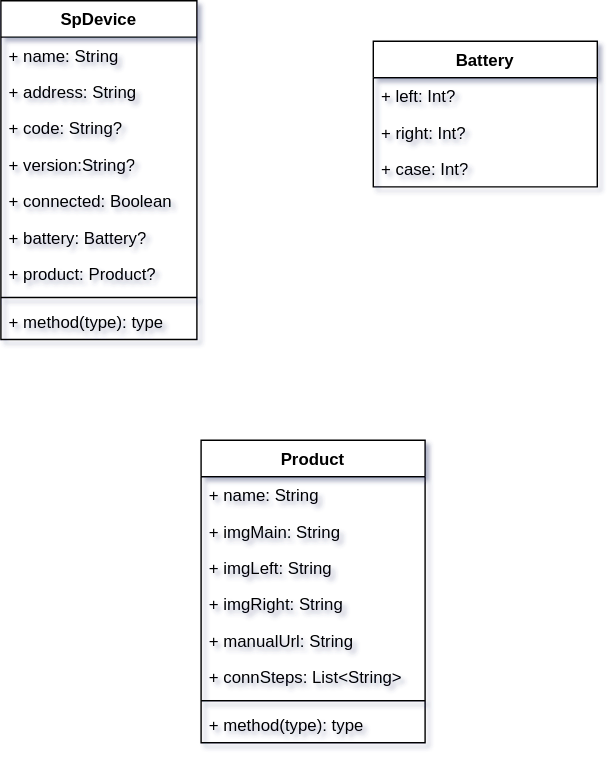
The draw.io diagram 未命名绘图.drawio.svg in kekemao00/draw-libs, before a commit. Source tidied: cells renumbered, new cells last; positions are measured from the earlier drawing's top-left corner, leaving out a move shared by most shapes.
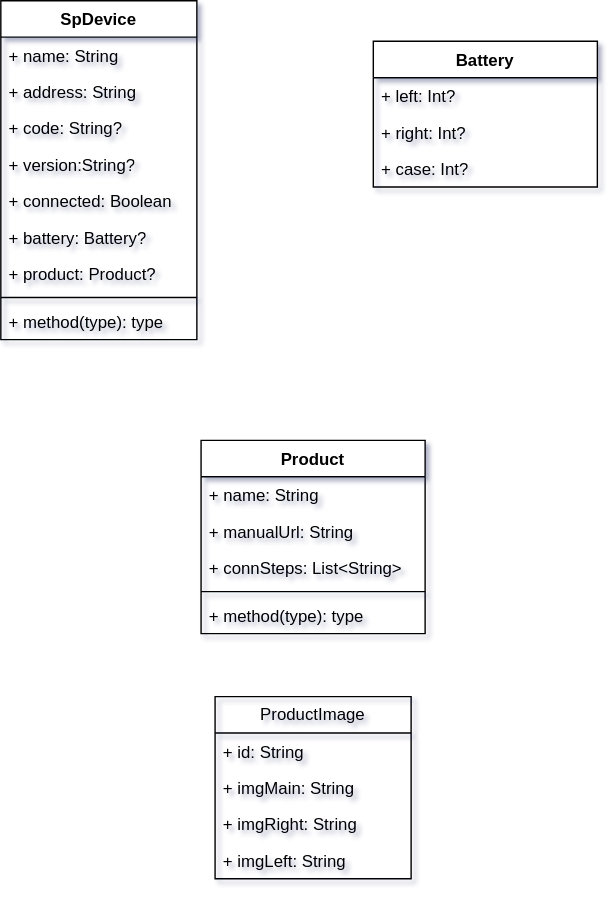
The same diagram one commit later.

Commit message:
更新未命名绘图.drawio.svg

Change to the diagram source:
```diff
@@ -45,31 +45,37 @@
       <mxGeometry y="78" width="160" height="26" as="geometry" />
     </mxCell>
     <mxCell id="16" value="Product" style="swimlane;fontStyle=1;align=center;verticalAlign=top;horizontal=1;startSize=26;whiteSpace=wrap;html=1;labelBackgroundColor=none;rounded=0;" parent="1" vertex="1">
-      <mxGeometry x="143" y="314" width="160" height="216" as="geometry" />
+      <mxGeometry x="143" y="314" width="160" height="138" as="geometry" />
     </mxCell>
     <mxCell id="17" value="+ name: String" style="text;strokeColor=none;fillColor=none;align=left;verticalAlign=top;spacingLeft=4;spacingRight=4;overflow=hidden;whiteSpace=wrap;html=1;labelBackgroundColor=none;rounded=0;" parent="16" vertex="1">
       <mxGeometry y="26" width="160" height="26" as="geometry" />
     </mxCell>
-    <mxCell id="18" value="+ imgMain: String" style="text;strokeColor=none;fillColor=none;align=left;verticalAlign=top;spacingLeft=4;spacingRight=4;overflow=hidden;whiteSpace=wrap;html=1;labelBackgroundColor=none;rounded=0;" parent="16" vertex="1">
-      <mxGeometry y="52" width="160" height="26" as="geometry" />
-    </mxCell>
-    <mxCell id="19" value="+ img&lt;span style=&quot;background-color: transparent; color: light-dark(rgb(0, 0, 0), rgb(255, 255, 255));&quot;&gt;Left: String&lt;/span&gt;" style="text;strokeColor=none;fillColor=none;align=left;verticalAlign=top;spacingLeft=4;spacingRight=4;overflow=hidden;whiteSpace=wrap;html=1;labelBackgroundColor=none;rounded=0;" parent="16" vertex="1">
-      <mxGeometry y="78" width="160" height="26" as="geometry" />
-    </mxCell>
-    <mxCell id="20" value="+ imgRight: String" style="text;strokeColor=none;fillColor=none;align=left;verticalAlign=top;spacingLeft=4;spacingRight=4;overflow=hidden;whiteSpace=wrap;html=1;labelBackgroundColor=none;rounded=0;" parent="16" vertex="1">
-      <mxGeometry y="104" width="160" height="26" as="geometry" />
-    </mxCell>
     <mxCell id="21" value="+ manualUrl: String" style="text;strokeColor=none;fillColor=none;align=left;verticalAlign=top;spacingLeft=4;spacingRight=4;overflow=hidden;whiteSpace=wrap;html=1;" parent="16" vertex="1">
-      <mxGeometry y="130" width="160" height="26" as="geometry" />
+      <mxGeometry y="52" width="160" height="26" as="geometry" />
     </mxCell>
     <mxCell id="22" value="+ connSteps: List&amp;lt;String&amp;gt;" style="text;strokeColor=none;fillColor=none;align=left;verticalAlign=top;spacingLeft=4;spacingRight=4;overflow=hidden;whiteSpace=wrap;html=1;" parent="16" vertex="1">
-      <mxGeometry y="156" width="160" height="26" as="geometry" />
+      <mxGeometry y="78" width="160" height="26" as="geometry" />
     </mxCell>
     <mxCell id="23" style="line;strokeWidth=1;fillColor=none;align=left;verticalAlign=middle;spacingTop=-1;spacingLeft=3;spacingRight=3;labelPosition=right;labelBackgroundColor=none;rounded=0;" parent="16" vertex="1">
-      <mxGeometry y="182" width="160" height="8" as="geometry" />
+      <mxGeometry y="104" width="160" height="8" as="geometry" />
     </mxCell>
     <mxCell id="24" value="+ method(type): type" style="text;strokeColor=none;fillColor=none;align=left;verticalAlign=top;spacingLeft=4;spacingRight=4;overflow=hidden;whiteSpace=wrap;html=1;labelBackgroundColor=none;rounded=0;" parent="16" vertex="1">
-      <mxGeometry y="190" width="160" height="26" as="geometry" />
+      <mxGeometry y="112" width="160" height="26" as="geometry" />
     </mxCell>
+    <mxCell id="25" value="ProductImage" style="swimlane;fontStyle=0;horizontal=1;startSize=26;fillColor=none;whiteSpace=wrap;html=1;" parent="1" vertex="1">
+      <mxGeometry x="153" y="497" width="140" height="130" as="geometry" />
+    </mxCell>
+    <mxCell id="26" value="+ id: String" style="text;strokeColor=none;fillColor=none;align=left;verticalAlign=top;spacingLeft=4;spacingRight=4;overflow=hidden;whiteSpace=wrap;html=1;" parent="25" vertex="1">
+      <mxGeometry y="26" width="140" height="26" as="geometry" />
+    </mxCell>
+    <mxCell id="18" value="+ imgMain: String" style="text;strokeColor=none;fillColor=none;align=left;verticalAlign=top;spacingLeft=4;spacingRight=4;overflow=hidden;whiteSpace=wrap;html=1;labelBackgroundColor=none;rounded=0;" parent="25" vertex="1">
+      <mxGeometry y="52" width="140" height="26" as="geometry" />
+    </mxCell>
+    <mxCell id="20" value="+ imgRight: String" style="text;strokeColor=none;fillColor=none;align=left;verticalAlign=top;spacingLeft=4;spacingRight=4;overflow=hidden;whiteSpace=wrap;html=1;labelBackgroundColor=none;rounded=0;" parent="25" vertex="1">
+      <mxGeometry y="78" width="140" height="26" as="geometry" />
+    </mxCell>
+    <mxCell id="19" value="+ img&lt;span style=&quot;background-color: transparent; color: light-dark(rgb(0, 0, 0), rgb(255, 255, 255));&quot;&gt;Left: String&lt;/span&gt;" style="text;strokeColor=none;fillColor=none;align=left;verticalAlign=top;spacingLeft=4;spacingRight=4;overflow=hidden;whiteSpace=wrap;html=1;labelBackgroundColor=none;rounded=0;" parent="25" vertex="1">
+      <mxGeometry y="104" width="140" height="26" as="geometry" />
+    </mxCell>
   </root>
 </mxGraphModel>
```
